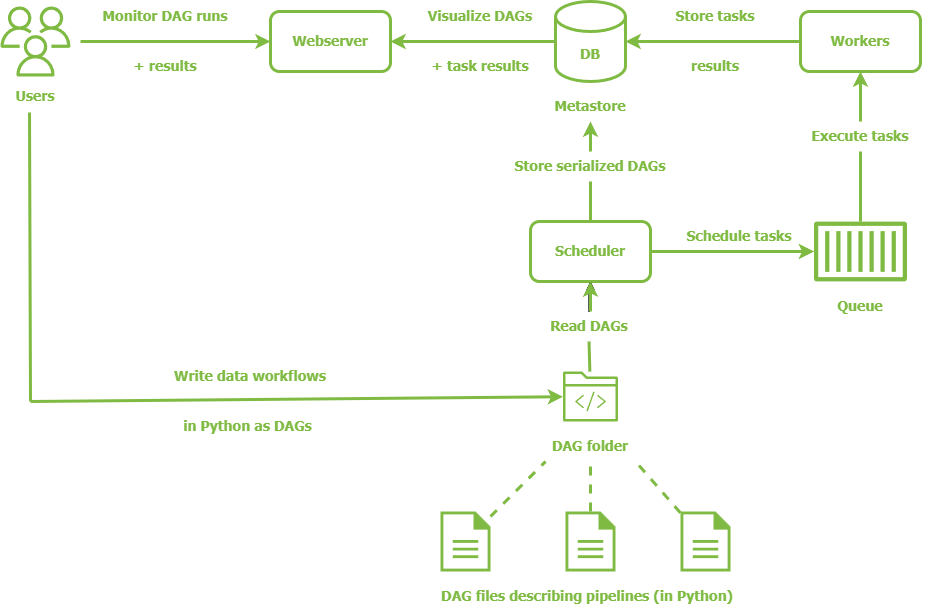
Above: data/Module4/img/airflow_architecture.png in adrianhel/datalearn (draw.io), before the change. Source tidied: cells renumbered, new cells last; positions are measured from the earlier drawing's top-left corner, leaving out a move shared by most shapes.
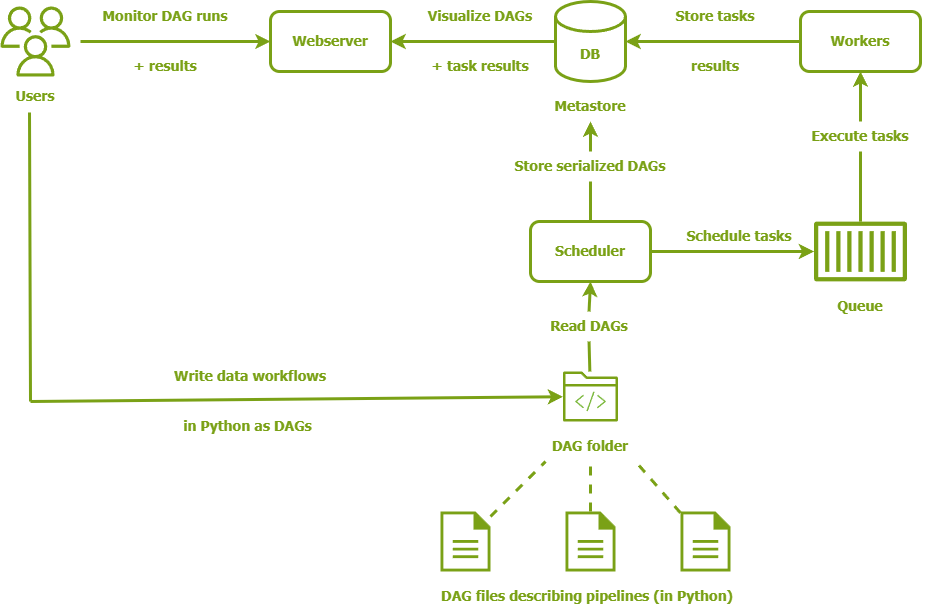
The same diagram one commit later.

What changed in the source:
```diff
@@ -2,148 +2,140 @@
   <root>
     <mxCell id="0" />
     <mxCell id="1" parent="0" />
-    <mxCell id="2" value="DB" style="shape=cylinder3;whiteSpace=wrap;html=1;boundedLbl=1;backgroundOutline=1;size=15;fillColor=none;strokeColor=#7FBA42;strokeWidth=3;fontSize=14;fontStyle=1;fontFamily=Tahoma;fontColor=#7FBA42;" parent="1" vertex="1">
+    <mxCell id="2" value="DB" style="shape=cylinder3;whiteSpace=wrap;html=1;boundedLbl=1;backgroundOutline=1;size=15;fillColor=none;strokeColor=#7AA116;strokeWidth=3;fontSize=14;fontStyle=1;fontFamily=Tahoma;fontColor=#7AA116;" parent="1" vertex="1">
       <mxGeometry x="555" width="70" height="80" as="geometry" />
     </mxCell>
-    <mxCell id="3" value="Scheduler" style="rounded=1;whiteSpace=wrap;html=1;fillColor=none;strokeWidth=3;strokeColor=#7FBA42;fontFamily=Tahoma;fontSize=14;fontStyle=1;fontColor=#7FBA42;" parent="1" vertex="1">
+    <mxCell id="3" value="Scheduler" style="rounded=1;whiteSpace=wrap;html=1;fillColor=none;strokeWidth=3;strokeColor=#7AA116;fontFamily=Tahoma;fontSize=14;fontStyle=1;fontColor=#7AA116;" parent="1" vertex="1">
       <mxGeometry x="530" y="220" width="120" height="60" as="geometry" />
     </mxCell>
-    <mxCell id="4" value="&lt;font style=&quot;font-size: 14px; color: rgb(127, 186, 66);&quot; face=&quot;Tahoma&quot;&gt;&lt;b&gt;Workers&lt;/b&gt;&lt;/font&gt;" style="rounded=1;whiteSpace=wrap;html=1;fillColor=none;strokeWidth=3;strokeColor=#7FBA42;" parent="1" vertex="1">
+    <mxCell id="4" value="&lt;font face=&quot;Tahoma&quot; style=&quot;font-size: 14px;&quot;&gt;&lt;b&gt;Workers&lt;/b&gt;&lt;/font&gt;" style="rounded=1;whiteSpace=wrap;html=1;fillColor=none;strokeWidth=3;strokeColor=#7AA116;fontColor=#7AA116;" parent="1" vertex="1">
       <mxGeometry x="800" y="10" width="120" height="60" as="geometry" />
     </mxCell>
-    <mxCell id="5" value="Webserver" style="rounded=1;whiteSpace=wrap;html=1;fillColor=none;strokeWidth=3;strokeColor=#7FBA42;fontFamily=Tahoma;fontColor=#7FBA42;fontSize=14;align=center;fontStyle=1;" parent="1" vertex="1">
+    <mxCell id="5" value="Webserver" style="rounded=1;whiteSpace=wrap;html=1;fillColor=none;strokeWidth=3;strokeColor=#7AA116;fontFamily=Tahoma;fontColor=#7AA116;fontSize=14;align=center;fontStyle=1;" parent="1" vertex="1">
       <mxGeometry x="270" y="10" width="120" height="60" as="geometry" />
     </mxCell>
-    <mxCell id="6" style="sketch=0;fontColor=#232F3E;gradientColor=none;fillColor=#7FBA42;strokeColor=none;dashed=0;verticalLabelPosition=bottom;verticalAlign=top;align=center;html=1;fontSize=12;fontStyle=0;shape=mxgraph.aws4.users;strokeWidth=8;" parent="1" vertex="1">
+    <mxCell id="6" style="sketch=0;fontColor=#232F3E;gradientColor=none;fillColor=#7AA116;strokeColor=none;dashed=0;verticalLabelPosition=bottom;verticalAlign=top;align=center;html=1;fontSize=12;fontStyle=0;shape=mxgraph.aws4.users;strokeWidth=8;" parent="1" vertex="1">
       <mxGeometry y="5" width="70" height="70" as="geometry" />
     </mxCell>
-    <mxCell id="7" style="sketch=0;outlineConnect=0;fontColor=#232F3E;gradientColor=none;fillColor=#7FBA42;strokeColor=none;dashed=0;verticalLabelPosition=bottom;verticalAlign=top;align=center;html=1;fontSize=12;fontStyle=0;shape=mxgraph.aws4.container_1;" parent="1" vertex="1">
+    <mxCell id="7" style="sketch=0;outlineConnect=0;fontColor=#232F3E;gradientColor=none;fillColor=#7AA116;strokeColor=none;dashed=0;verticalLabelPosition=bottom;verticalAlign=top;align=center;html=1;fontSize=12;fontStyle=0;shape=mxgraph.aws4.container_1;" parent="1" vertex="1">
       <mxGeometry x="813.5" y="220" width="92.9" height="60" as="geometry" />
     </mxCell>
-    <mxCell id="8" style="sketch=0;shadow=0;dashed=0;html=1;strokeColor=none;fillColor=#7FBA42;labelPosition=center;verticalLabelPosition=bottom;verticalAlign=top;outlineConnect=0;align=center;shape=mxgraph.office.concepts.document;" parent="1" vertex="1">
+    <mxCell id="8" style="sketch=0;shadow=0;dashed=0;html=1;strokeColor=none;fillColor=#7AA116;labelPosition=center;verticalLabelPosition=bottom;verticalAlign=top;outlineConnect=0;align=center;shape=mxgraph.office.concepts.document;" parent="1" vertex="1">
       <mxGeometry x="565" y="510" width="50" height="60" as="geometry" />
     </mxCell>
-    <mxCell id="9" style="sketch=0;shadow=0;dashed=0;html=1;strokeColor=none;fillColor=#7FBA42;labelPosition=center;verticalLabelPosition=bottom;verticalAlign=top;outlineConnect=0;align=center;shape=mxgraph.office.concepts.document;" parent="1" vertex="1">
+    <mxCell id="9" style="sketch=0;shadow=0;dashed=0;html=1;strokeColor=none;fillColor=#7AA116;labelPosition=center;verticalLabelPosition=bottom;verticalAlign=top;outlineConnect=0;align=center;shape=mxgraph.office.concepts.document;" parent="1" vertex="1">
       <mxGeometry x="680" y="510" width="50" height="60" as="geometry" />
     </mxCell>
-    <mxCell id="10" style="sketch=0;shadow=0;dashed=0;html=1;strokeColor=none;fillColor=#7FBA42;labelPosition=center;verticalLabelPosition=bottom;verticalAlign=top;outlineConnect=0;align=center;shape=mxgraph.office.concepts.document;" parent="1" vertex="1">
+    <mxCell id="10" style="sketch=0;shadow=0;dashed=0;html=1;strokeColor=none;fillColor=#7AA116;labelPosition=center;verticalLabelPosition=bottom;verticalAlign=top;outlineConnect=0;align=center;shape=mxgraph.office.concepts.document;" parent="1" vertex="1">
       <mxGeometry x="440" y="510" width="50" height="60" as="geometry" />
     </mxCell>
-    <mxCell id="11" style="sketch=0;outlineConnect=0;fontColor=#232F3E;gradientColor=none;fillColor=#7FBA42;strokeColor=none;dashed=0;verticalLabelPosition=bottom;verticalAlign=top;align=center;html=1;fontSize=12;fontStyle=0;shape=mxgraph.aws4.folder;" parent="1" vertex="1">
+    <mxCell id="11" style="sketch=0;outlineConnect=0;fontColor=#232F3E;gradientColor=none;fillColor=#7AA116;strokeColor=none;dashed=0;verticalLabelPosition=bottom;verticalAlign=top;align=center;html=1;fontSize=12;fontStyle=0;shape=mxgraph.aws4.folder;" parent="1" vertex="1">
       <mxGeometry x="562.5" y="370" width="54.9" height="50" as="geometry" />
     </mxCell>
     <mxCell id="12" style="sketch=0;fontColor=#232F3E;gradientColor=none;fillColor=#7FBA42;strokeColor=none;dashed=0;verticalLabelPosition=bottom;verticalAlign=top;align=center;html=1;fontSize=12;fontStyle=0;shape=mxgraph.aws4.programming_language;" parent="1" vertex="1">
       <mxGeometry x="574.7" y="390" width="30.6" height="20" as="geometry" />
     </mxCell>
-    <mxCell id="13" value="Users" style="text;html=1;align=center;verticalAlign=middle;whiteSpace=wrap;rounded=0;fontStyle=1;fontSize=14;fontFamily=Tahoma;fontColor=#7FBA42;" parent="1" vertex="1">
+    <mxCell id="13" value="Users" style="text;html=1;align=center;verticalAlign=middle;whiteSpace=wrap;rounded=0;fontStyle=1;fontSize=14;fontFamily=Tahoma;fontColor=#7AA116;" parent="1" vertex="1">
       <mxGeometry x="5" y="80" width="60" height="30" as="geometry" />
     </mxCell>
-    <mxCell id="14" value="Queue" style="text;html=1;align=center;verticalAlign=middle;whiteSpace=wrap;rounded=0;fontStyle=1;fontSize=14;fontFamily=Tahoma;fontColor=#7FBA42;" parent="1" vertex="1">
+    <mxCell id="14" value="Queue" style="text;html=1;align=center;verticalAlign=middle;whiteSpace=wrap;rounded=0;fontStyle=1;fontSize=14;fontFamily=Tahoma;fontColor=#7AA116;" parent="1" vertex="1">
       <mxGeometry x="830" y="290" width="60" height="30" as="geometry" />
     </mxCell>
-    <mxCell id="15" value="DAG folder" style="text;html=1;align=center;verticalAlign=middle;whiteSpace=wrap;rounded=0;fontStyle=1;fontSize=14;fontFamily=Tahoma;fontColor=#7FBA42;" parent="1" vertex="1">
+    <mxCell id="15" value="DAG folder" style="text;html=1;align=center;verticalAlign=middle;whiteSpace=wrap;rounded=0;fontStyle=1;fontSize=14;fontFamily=Tahoma;fontColor=#7AA116;" parent="1" vertex="1">
       <mxGeometry x="545" y="430" width="90" height="30" as="geometry" />
     </mxCell>
-    <mxCell id="16" value="Metastore" style="text;html=1;align=center;verticalAlign=middle;whiteSpace=wrap;rounded=0;fontStyle=1;fontSize=14;fontFamily=Tahoma;fontColor=#7FBA42;" parent="1" vertex="1">
+    <mxCell id="16" value="Metastore" style="text;html=1;align=center;verticalAlign=middle;whiteSpace=wrap;rounded=0;fontStyle=1;fontSize=14;fontFamily=Tahoma;fontColor=#7AA116;" parent="1" vertex="1">
       <mxGeometry x="560" y="90" width="60" height="30" as="geometry" />
     </mxCell>
-    <mxCell id="17" value="DAG files describing pipelines (in Python)" style="text;html=1;align=center;verticalAlign=middle;whiteSpace=wrap;rounded=0;fontStyle=1;fontSize=14;fontFamily=Tahoma;fontColor=#7FBA42;" parent="1" vertex="1">
+    <mxCell id="17" value="DAG files describing pipelines (in Python)" style="text;html=1;align=center;verticalAlign=middle;whiteSpace=wrap;rounded=0;fontStyle=1;fontSize=14;fontFamily=Tahoma;fontColor=#7AA116;" parent="1" vertex="1">
       <mxGeometry x="433.5" y="580" width="306.4" height="30" as="geometry" />
     </mxCell>
-    <mxCell id="18" value="Schedule tasks" style="text;html=1;align=center;verticalAlign=middle;whiteSpace=wrap;rounded=0;fontStyle=1;fontSize=14;fontFamily=Tahoma;fontColor=#7FBA42;" parent="1" vertex="1">
+    <mxCell id="18" value="Schedule tasks" style="text;html=1;align=center;verticalAlign=middle;whiteSpace=wrap;rounded=0;fontStyle=1;fontSize=14;fontFamily=Tahoma;fontColor=#7AA116;" parent="1" vertex="1">
       <mxGeometry x="663.5" y="220" width="150" height="30" as="geometry" />
     </mxCell>
-    <mxCell id="19" value="Execute tasks" style="text;html=1;align=center;verticalAlign=middle;whiteSpace=wrap;rounded=0;fontStyle=1;fontSize=14;fontFamily=Tahoma;fontColor=#7FBA42;" parent="1" vertex="1">
+    <mxCell id="19" value="Execute tasks" style="text;html=1;align=center;verticalAlign=middle;whiteSpace=wrap;rounded=0;fontStyle=1;fontSize=14;fontFamily=Tahoma;fontColor=#7AA116;" parent="1" vertex="1">
       <mxGeometry x="785" y="120" width="150" height="30" as="geometry" />
     </mxCell>
-    <mxCell id="20" value="Store serialized DAGs" style="text;html=1;align=center;verticalAlign=middle;whiteSpace=wrap;rounded=0;fontStyle=1;fontSize=14;fontFamily=Tahoma;fontColor=#7FBA42;" parent="1" vertex="1">
+    <mxCell id="20" value="Store serialized DAGs" style="text;html=1;align=center;verticalAlign=middle;whiteSpace=wrap;rounded=0;fontStyle=1;fontSize=14;fontFamily=Tahoma;fontColor=#7AA116;" parent="1" vertex="1">
       <mxGeometry x="475" y="150" width="230" height="30" as="geometry" />
     </mxCell>
-    <mxCell id="21" style="edgeStyle=orthogonalEdgeStyle;rounded=0;jettySize=auto;html=1;" parent="1" edge="1" source="23" target="3">
-      <mxGeometry relative="1" as="geometry" />
-    </mxCell>
-    <mxCell id="22" style="edgeStyle=orthogonalEdgeStyle;rounded=0;jettySize=auto;html=1;" parent="1" edge="1" source="23" target="3">
-      <mxGeometry relative="1" as="geometry" />
-    </mxCell>
-    <mxCell id="23" value="Read DAGs" style="text;html=1;align=center;verticalAlign=middle;whiteSpace=wrap;rounded=0;fontStyle=1;fontSize=14;fontFamily=Tahoma;fontColor=#7FBA42;" parent="1" vertex="1">
+    <mxCell id="23" value="Read DAGs" style="text;html=1;align=center;verticalAlign=middle;whiteSpace=wrap;rounded=0;fontStyle=1;fontSize=14;fontFamily=Tahoma;fontColor=#7AA116;" parent="1" vertex="1">
       <mxGeometry x="513.5" y="310" width="150" height="30" as="geometry" />
     </mxCell>
-    <mxCell id="24" value="Monitor DAG runs" style="text;html=1;align=center;verticalAlign=middle;whiteSpace=wrap;rounded=0;fontStyle=1;fontSize=14;fontFamily=Tahoma;fontColor=#7FBA42;" parent="1" vertex="1">
+    <mxCell id="24" value="Monitor DAG runs" style="text;html=1;align=center;verticalAlign=middle;whiteSpace=wrap;rounded=0;fontStyle=1;fontSize=14;fontFamily=Tahoma;fontColor=#7AA116;" parent="1" vertex="1">
       <mxGeometry x="90" width="150" height="30" as="geometry" />
     </mxCell>
-    <mxCell id="25" value="Visualize DAGs" style="text;html=1;align=center;verticalAlign=middle;whiteSpace=wrap;rounded=0;fontStyle=1;fontSize=14;fontFamily=Tahoma;fontColor=#7FBA42;" parent="1" vertex="1">
+    <mxCell id="25" value="Visualize DAGs" style="text;html=1;align=center;verticalAlign=middle;whiteSpace=wrap;rounded=0;fontStyle=1;fontSize=14;fontFamily=Tahoma;fontColor=#7AA116;" parent="1" vertex="1">
       <mxGeometry x="405" width="150" height="30" as="geometry" />
     </mxCell>
-    <mxCell id="26" value="Store tasks" style="text;html=1;align=center;verticalAlign=middle;whiteSpace=wrap;rounded=0;fontStyle=1;fontSize=14;fontFamily=Tahoma;fontColor=#7FBA42;" parent="1" vertex="1">
+    <mxCell id="26" value="Store tasks" style="text;html=1;align=center;verticalAlign=middle;whiteSpace=wrap;rounded=0;fontStyle=1;fontSize=14;fontFamily=Tahoma;fontColor=#7AA116;" parent="1" vertex="1">
       <mxGeometry x="640" width="150" height="30" as="geometry" />
     </mxCell>
-    <mxCell id="27" value="Write data workflows" style="text;html=1;align=center;verticalAlign=middle;whiteSpace=wrap;rounded=0;fontStyle=1;fontSize=14;fontFamily=Tahoma;fontColor=#7FBA42;" parent="1" vertex="1">
+    <mxCell id="27" value="Write data workflows" style="text;html=1;align=center;verticalAlign=middle;whiteSpace=wrap;rounded=0;fontStyle=1;fontSize=14;fontFamily=Tahoma;fontColor=#7AA116;" parent="1" vertex="1">
       <mxGeometry x="140" y="360" width="220" height="30" as="geometry" />
     </mxCell>
-    <mxCell id="28" value="in Python as DAGs" style="text;html=1;align=center;verticalAlign=middle;whiteSpace=wrap;rounded=0;fontStyle=1;fontSize=14;fontFamily=Tahoma;fontColor=#7FBA42;" parent="1" vertex="1">
+    <mxCell id="28" value="in Python as DAGs" style="text;html=1;align=center;verticalAlign=middle;whiteSpace=wrap;rounded=0;fontStyle=1;fontSize=14;fontFamily=Tahoma;fontColor=#7AA116;" parent="1" vertex="1">
       <mxGeometry x="140" y="410" width="215" height="30" as="geometry" />
     </mxCell>
-    <mxCell id="29" value="+ results" style="text;html=1;align=center;verticalAlign=middle;whiteSpace=wrap;rounded=0;fontStyle=1;fontSize=14;fontFamily=Tahoma;fontColor=#7FBA42;" parent="1" vertex="1">
+    <mxCell id="29" value="+ results" style="text;html=1;align=center;verticalAlign=middle;whiteSpace=wrap;rounded=0;fontStyle=1;fontSize=14;fontFamily=Tahoma;fontColor=#7AA116;" parent="1" vertex="1">
       <mxGeometry x="90" y="50" width="150" height="30" as="geometry" />
     </mxCell>
-    <mxCell id="30" value="+ task results" style="text;html=1;align=center;verticalAlign=middle;whiteSpace=wrap;rounded=0;fontStyle=1;fontSize=14;fontFamily=Tahoma;fontColor=#7FBA42;" parent="1" vertex="1">
+    <mxCell id="30" value="+ task results" style="text;html=1;align=center;verticalAlign=middle;whiteSpace=wrap;rounded=0;fontStyle=1;fontSize=14;fontFamily=Tahoma;fontColor=#7AA116;" parent="1" vertex="1">
       <mxGeometry x="405" y="50" width="150" height="30" as="geometry" />
     </mxCell>
-    <mxCell id="31" value="results" style="text;html=1;align=center;verticalAlign=middle;whiteSpace=wrap;rounded=0;fontStyle=1;fontSize=14;fontFamily=Tahoma;fontColor=#7FBA42;" parent="1" vertex="1">
+    <mxCell id="31" value="results" style="text;html=1;align=center;verticalAlign=middle;whiteSpace=wrap;rounded=0;fontStyle=1;fontSize=14;fontFamily=Tahoma;fontColor=#7AA116;" parent="1" vertex="1">
       <mxGeometry x="640" y="50" width="150" height="30" as="geometry" />
     </mxCell>
-    <mxCell id="32" style="endArrow=classic;html=1;rounded=0;strokeColor=#7FBA42;strokeWidth=3;" parent="1" edge="1" target="11">
+    <mxCell id="32" style="endArrow=classic;html=1;rounded=0;strokeColor=#7AA116;strokeWidth=3;" parent="1" edge="1" target="11">
       <mxGeometry relative="1" as="geometry">
         <mxPoint x="30" y="400" as="sourcePoint" />
       </mxGeometry>
     </mxCell>
-    <mxCell id="33" style="endArrow=none;html=1;rounded=0;strokeWidth=3;strokeColor=#7FBA42;entryX=0.4;entryY=1.033;entryDx=0;entryDy=0;entryPerimeter=0;" parent="1" edge="1" target="13">
+    <mxCell id="33" style="endArrow=none;html=1;rounded=0;strokeWidth=3;strokeColor=#7AA116;entryX=0.4;entryY=1.033;entryDx=0;entryDy=0;entryPerimeter=0;" parent="1" edge="1" target="13">
       <mxGeometry relative="1" as="geometry">
         <mxPoint x="30" y="400" as="sourcePoint" />
       </mxGeometry>
     </mxCell>
-    <mxCell id="34" style="endArrow=classic;html=1;rounded=0;entryX=0;entryY=0.5;entryDx=0;entryDy=0;strokeColor=#7FBA42;strokeWidth=3;" parent="1" edge="1" target="5">
+    <mxCell id="34" style="endArrow=classic;html=1;rounded=0;entryX=0;entryY=0.5;entryDx=0;entryDy=0;strokeColor=#7AA116;strokeWidth=3;" parent="1" edge="1" target="5">
       <mxGeometry relative="1" as="geometry">
         <mxPoint x="80" y="40" as="sourcePoint" />
       </mxGeometry>
     </mxCell>
-    <mxCell id="35" style="endArrow=classic;html=1;rounded=0;entryX=0.5;entryY=1;entryDx=0;entryDy=0;strokeWidth=3;strokeColor=#7FBA42;" parent="1" edge="1" target="3">
-      <mxGeometry relative="1" as="geometry">
-        <mxPoint x="590" y="310" as="sourcePoint" />
-      </mxGeometry>
-    </mxCell>
-    <mxCell id="36" style="endArrow=classic;html=1;rounded=0;entryX=0.5;entryY=1;entryDx=0;entryDy=0;strokeWidth=3;strokeColor=#7FBA42;exitX=0.5;exitY=0;exitDx=0;exitDy=0;" parent="1" edge="1" source="20" target="16">
+    <mxCell id="36" style="endArrow=classic;html=1;rounded=0;entryX=0.5;entryY=1;entryDx=0;entryDy=0;strokeWidth=3;strokeColor=#7AA116;exitX=0.5;exitY=0;exitDx=0;exitDy=0;" parent="1" edge="1" source="20" target="16">
       <mxGeometry relative="1" as="geometry" />
     </mxCell>
-    <mxCell id="37" style="endArrow=classic;html=1;rounded=0;entryX=1;entryY=1;entryDx=0;entryDy=0;exitX=1;exitY=0.5;exitDx=0;exitDy=0;strokeColor=#7FBA42;strokeWidth=3;" parent="1" edge="1" source="3" target="18">
+    <mxCell id="37" style="endArrow=classic;html=1;rounded=0;entryX=1;entryY=1;entryDx=0;entryDy=0;exitX=1;exitY=0.5;exitDx=0;exitDy=0;strokeColor=#7AA116;strokeWidth=3;" parent="1" edge="1" source="3" target="18">
       <mxGeometry relative="1" as="geometry" />
     </mxCell>
-    <mxCell id="38" style="endArrow=none;html=1;rounded=0;entryX=0.5;entryY=1;entryDx=0;entryDy=0;strokeColor=#7FBA42;strokeWidth=3;" parent="1" edge="1" source="11" target="23">
+    <mxCell id="38" style="endArrow=none;html=1;rounded=0;entryX=0.5;entryY=1;entryDx=0;entryDy=0;strokeColor=#7AA116;strokeWidth=3;" parent="1" edge="1" source="11" target="23">
       <mxGeometry relative="1" as="geometry" />
     </mxCell>
-    <mxCell id="39" style="endArrow=none;html=1;rounded=0;entryX=0.5;entryY=1;entryDx=0;entryDy=0;strokeColor=#7FBA42;strokeWidth=3;exitX=0.5;exitY=0;exitDx=0;exitDy=0;" parent="1" edge="1" source="3" target="20">
+    <mxCell id="39" style="endArrow=none;html=1;rounded=0;entryX=0.5;entryY=1;entryDx=0;entryDy=0;strokeColor=#7AA116;strokeWidth=3;exitX=0.5;exitY=0;exitDx=0;exitDy=0;" parent="1" edge="1" source="3" target="20">
       <mxGeometry relative="1" as="geometry" />
     </mxCell>
-    <mxCell id="40" style="endArrow=none;html=1;rounded=0;entryX=0.5;entryY=1;entryDx=0;entryDy=0;strokeColor=#7FBA42;strokeWidth=3;" parent="1" edge="1" source="7" target="19">
+    <mxCell id="40" style="endArrow=none;html=1;rounded=0;entryX=0.5;entryY=1;entryDx=0;entryDy=0;strokeColor=#7AA116;strokeWidth=3;" parent="1" edge="1" source="7" target="19">
       <mxGeometry relative="1" as="geometry" />
     </mxCell>
-    <mxCell id="41" style="endArrow=classic;html=1;rounded=0;entryX=1;entryY=0.5;entryDx=0;entryDy=0;strokeColor=#7FBA42;strokeWidth=3;exitX=0;exitY=0.5;exitDx=0;exitDy=0;exitPerimeter=0;" parent="1" edge="1" source="2" target="5">
+    <mxCell id="41" style="endArrow=classic;html=1;rounded=0;entryX=1;entryY=0.5;entryDx=0;entryDy=0;strokeColor=#7AA116;strokeWidth=3;exitX=0;exitY=0.5;exitDx=0;exitDy=0;exitPerimeter=0;" parent="1" edge="1" source="2" target="5">
       <mxGeometry relative="1" as="geometry" />
     </mxCell>
-    <mxCell id="42" style="endArrow=classic;html=1;rounded=0;entryX=1;entryY=0.5;entryDx=0;entryDy=0;strokeColor=#7FBA42;strokeWidth=3;exitX=0;exitY=0.5;exitDx=0;exitDy=0;entryPerimeter=0;" parent="1" edge="1" source="4" target="2">
+    <mxCell id="42" style="endArrow=classic;html=1;rounded=0;entryX=1;entryY=0.5;entryDx=0;entryDy=0;strokeColor=#7AA116;strokeWidth=3;exitX=0;exitY=0.5;exitDx=0;exitDy=0;entryPerimeter=0;" parent="1" edge="1" source="4" target="2">
       <mxGeometry relative="1" as="geometry" />
     </mxCell>
-    <mxCell id="43" style="endArrow=classic;html=1;rounded=0;entryX=0.5;entryY=1;entryDx=0;entryDy=0;strokeWidth=3;strokeColor=#7FBA42;exitX=0.5;exitY=0;exitDx=0;exitDy=0;" parent="1" edge="1" source="19" target="4">
+    <mxCell id="43" style="endArrow=classic;html=1;rounded=0;entryX=0.5;entryY=1;entryDx=0;entryDy=0;strokeWidth=3;strokeColor=#7AA116;exitX=0.5;exitY=0;exitDx=0;exitDy=0;" parent="1" edge="1" source="19" target="4">
       <mxGeometry relative="1" as="geometry" />
     </mxCell>
-    <mxCell id="44" style="endArrow=none;dashed=1;html=1;rounded=0;entryX=0;entryY=1;entryDx=0;entryDy=0;strokeColor=#7FBA42;strokeWidth=3;" parent="1" edge="1" source="10" target="15">
+    <mxCell id="44" style="endArrow=none;dashed=1;html=1;rounded=0;entryX=0;entryY=1;entryDx=0;entryDy=0;strokeColor=#7AA116;strokeWidth=3;" parent="1" edge="1" source="10" target="15">
       <mxGeometry relative="1" as="geometry" />
     </mxCell>
-    <mxCell id="45" style="endArrow=none;dashed=1;html=1;rounded=0;entryX=1;entryY=1;entryDx=0;entryDy=0;strokeColor=#7FBA42;strokeWidth=3;" parent="1" edge="1" source="9" target="15">
+    <mxCell id="45" style="endArrow=none;dashed=1;html=1;rounded=0;entryX=1;entryY=1;entryDx=0;entryDy=0;strokeColor=#7AA116;strokeWidth=3;" parent="1" edge="1" source="9" target="15">
       <mxGeometry relative="1" as="geometry" />
     </mxCell>
-    <mxCell id="46" style="endArrow=none;dashed=1;html=1;rounded=0;entryX=0.5;entryY=1;entryDx=0;entryDy=0;strokeColor=#7FBA42;strokeWidth=3;" parent="1" edge="1" source="8" target="15">
+    <mxCell id="46" style="endArrow=none;dashed=1;html=1;rounded=0;entryX=0.5;entryY=1;entryDx=0;entryDy=0;strokeColor=#7AA116;strokeWidth=3;" parent="1" edge="1" source="8" target="15">
       <mxGeometry relative="1" as="geometry" />
     </mxCell>
+    <mxCell id="47" style="endArrow=classic;html=1;rounded=0;entryX=0.5;entryY=1;entryDx=0;entryDy=0;strokeWidth=3;strokeColor=#7AA116;exitX=0.5;exitY=0;exitDx=0;exitDy=0;" parent="1" edge="1" source="23" target="3">
+      <mxGeometry relative="1" as="geometry" />
+    </mxCell>
   </root>
 </mxGraphModel>
```
